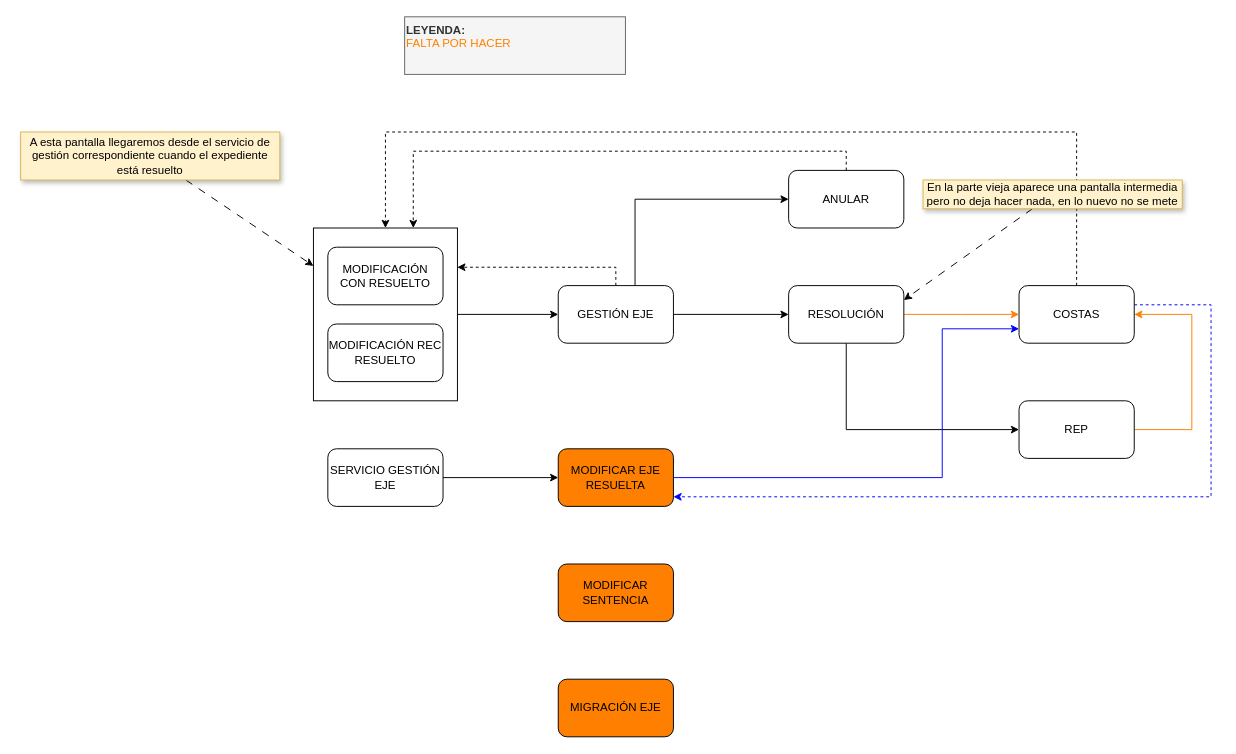
Earlier version of the draw.io diagram page "EJE" (3 of 7) of mierdas.drawio (rlop666/diagramas). Source tidied: cells renumbered, new cells numbered last; positions are measured from the earlier drawing's top-left corner, leaving out a move shared by most shapes. Both pictures are drawn from the tidied source at 96%, with x=0, y=0 at pixel (20, 16).
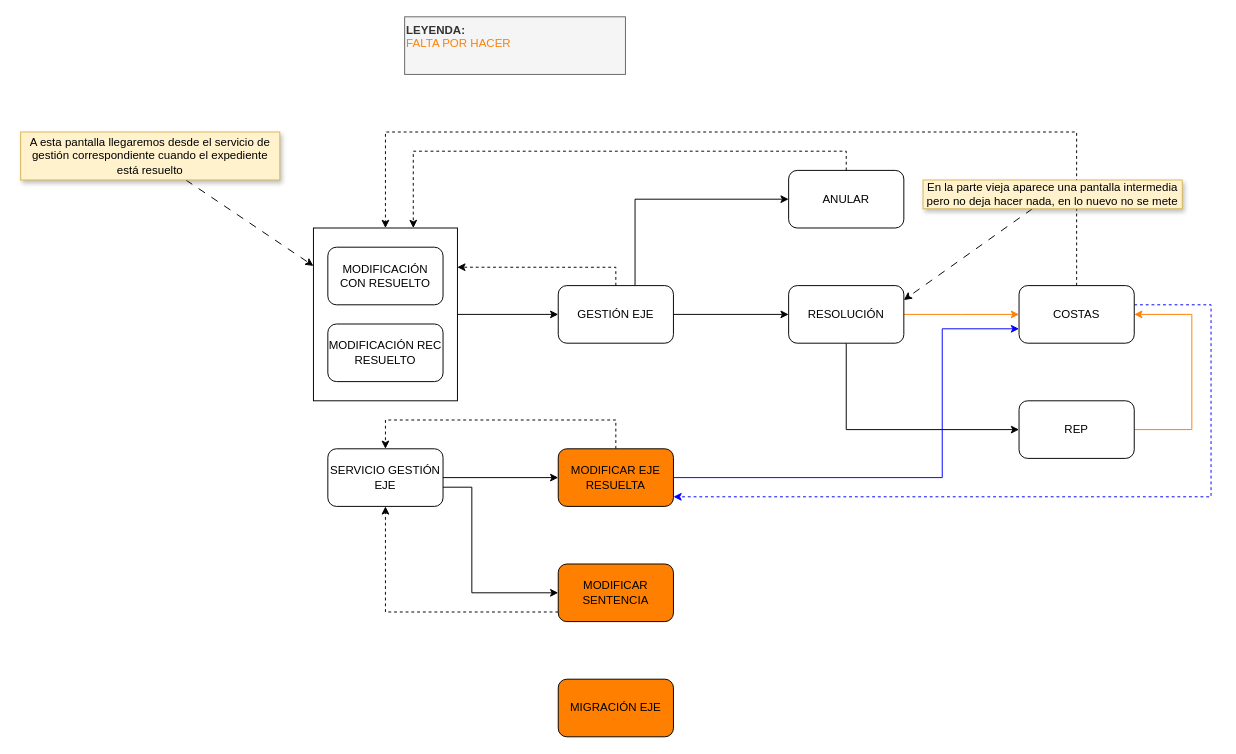
After the change.

The change refers to these unchanged cells:
```xml
<mxCell id="26" value="MODIFICAR EJE RESUELTA" style="rounded=1;whiteSpace=wrap;html=1;fillColor=#FF8000;" parent="1" vertex="1">
  <mxGeometry x="560" y="450" width="120" height="60" as="geometry" />
</mxCell>
<mxCell id="27" value="MODIFICAR SENTENCIA" style="rounded=1;whiteSpace=wrap;html=1;fillColor=#FF8000;" parent="1" vertex="1">
  <mxGeometry x="560" y="570" width="120" height="60" as="geometry" />
</mxCell>
<mxCell id="30" value="SERVICIO GESTIÓN EJE" style="rounded=1;whiteSpace=wrap;html=1;" parent="1" vertex="1">
  <mxGeometry x="320" y="450" width="120" height="60" as="geometry" />
</mxCell>
```

Change to the diagram source:
```diff
@@
+    <mxCell id="31" style="edgeStyle=orthogonalEdgeStyle;rounded=0;jettySize=auto;html=1;dashed=1;" parent="1" edge="1" source="26" target="30">
+      <mxGeometry relative="1" as="geometry">
+        <Array as="points">
+          <mxPoint x="620" y="420" />
+          <mxPoint x="380" y="420" />
+        </Array>
+      </mxGeometry>
+    </mxCell>
@@
+    <mxCell id="32" style="edgeStyle=orthogonalEdgeStyle;rounded=0;jettySize=auto;html=1;dashed=1;" parent="1" edge="1" source="27" target="30">
+      <mxGeometry relative="1" as="geometry">
+        <Array as="points">
+          <mxPoint x="380" y="620" />
+        </Array>
+      </mxGeometry>
+    </mxCell>
@@
+    <mxCell id="33" style="edgeStyle=orthogonalEdgeStyle;rounded=0;jettySize=auto;html=1;" parent="1" edge="1" source="30" target="27">
+      <mxGeometry relative="1" as="geometry">
+        <Array as="points">
+          <mxPoint x="470" y="490" />
+          <mxPoint x="470" y="600" />
+        </Array>
+      </mxGeometry>
+    </mxCell>
```
